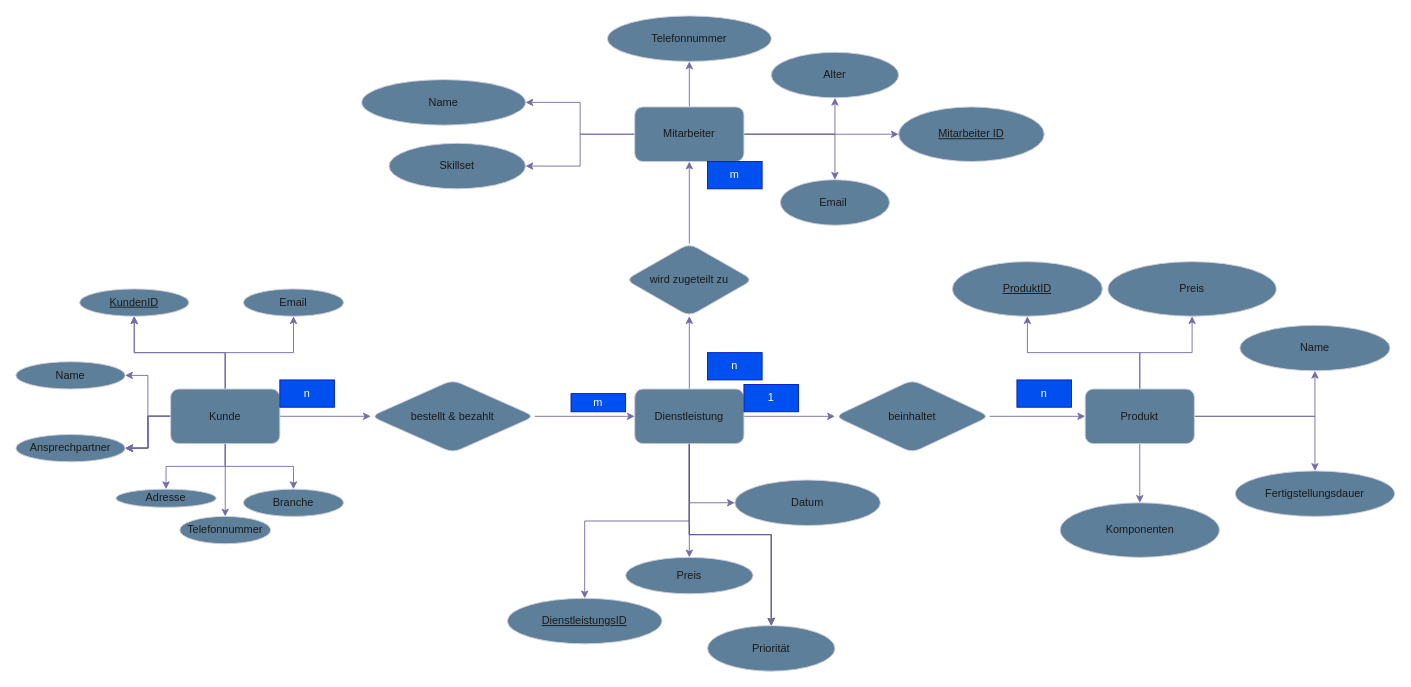
Earlier version of the draw.io diagram Unbenanntes Diagramm.drawio (0xj0n1/Discord-Server-Cloner). Source tidied: cells renumbered, new cells numbered last; positions are measured from the earlier drawing's top-left corner, leaving out a move shared by most shapes. Both pictures are drawn from the tidied source at 91%, with x=0, y=0 at pixel (15, 15).
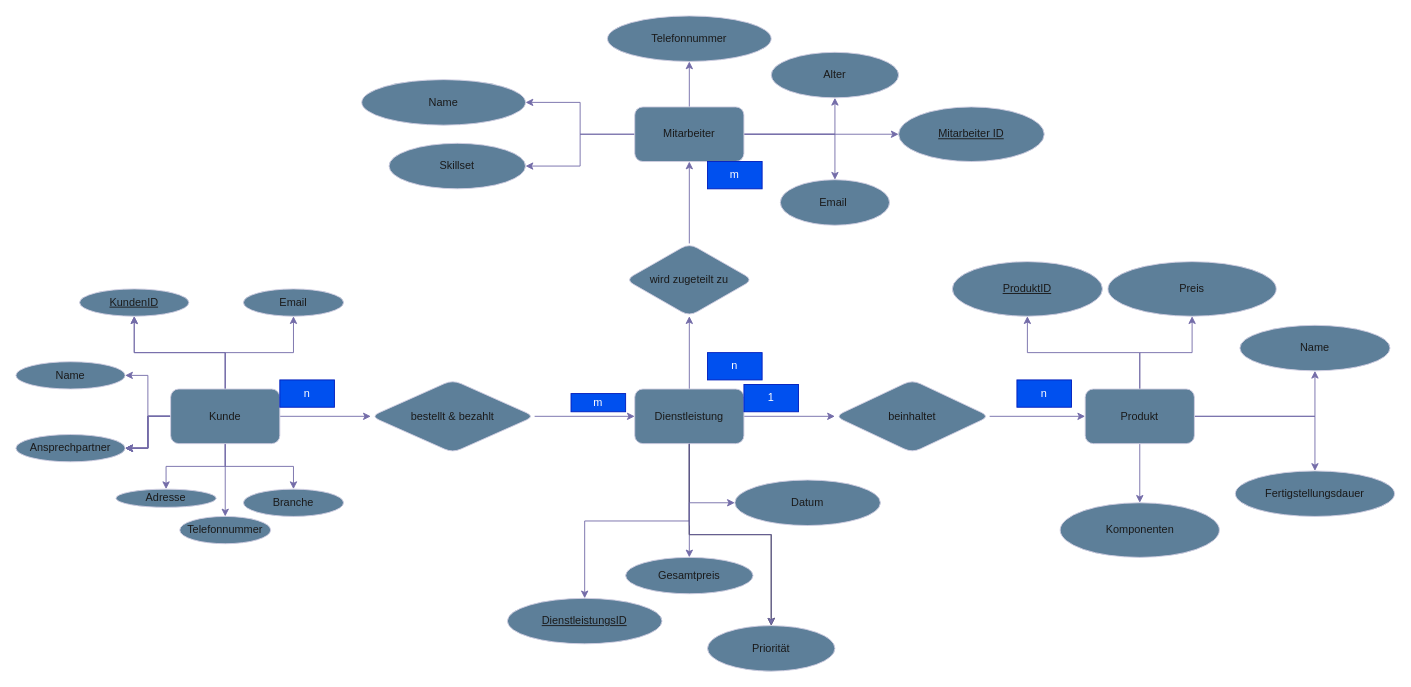
The same diagram, later.

The change refers to these unchanged cells:
```xml
<mxCell id="32" value="Dienstleistung" style="whiteSpace=wrap;html=1;rounded=1;labelBackgroundColor=none;fillColor=#5D7F99;strokeColor=#D0CEE2;fontColor=#1A1A1A;" parent="1" vertex="1">
  <mxGeometry x="680" y="410" width="120" height="60" as="geometry" />
</mxCell>
<mxCell id="72" value="Priorität" style="ellipse;whiteSpace=wrap;html=1;fillColor=#5D7F99;strokeColor=#D0CEE2;fontColor=#1A1A1A;rounded=1;labelBackgroundColor=none;" parent="1" vertex="1">
  <mxGeometry x="760" y="670" width="140" height="50" as="geometry" />
</mxCell>
```

Diff of the diagram source:
```diff
@@
-    <mxCell id="68" value="Preis" style="ellipse;whiteSpace=wrap;html=1;fillColor=#5D7F99;strokeColor=#D0CEE2;fontColor=#1A1A1A;rounded=1;labelBackgroundColor=none;" parent="1" vertex="1">
+    <mxCell id="68" value="Gesamtpreis" style="ellipse;whiteSpace=wrap;html=1;fillColor=#5D7F99;strokeColor=#D0CEE2;fontColor=#1A1A1A;rounded=1;labelBackgroundColor=none;" parent="1" vertex="1">
       <mxGeometry x="670" y="595" width="140" height="40" as="geometry" />
     </mxCell>
@@
-    <mxCell id="71" style="edgeStyle=orthogonalEdgeStyle;rounded=0;jettySize=auto;html=1;strokeColor=light-dark(#736CA8,#736CA8);" parent="1" edge="1" source="32" target="72">
+    <mxCell id="71" style="edgeStyle=orthogonalEdgeStyle;rounded=0;jettySize=auto;html=1;strokeColor=light-dark(#736CA8, #8a84b5);" parent="1" edge="1" source="32" target="72">
       <mxGeometry relative="1" as="geometry" />
     </mxCell>
```
